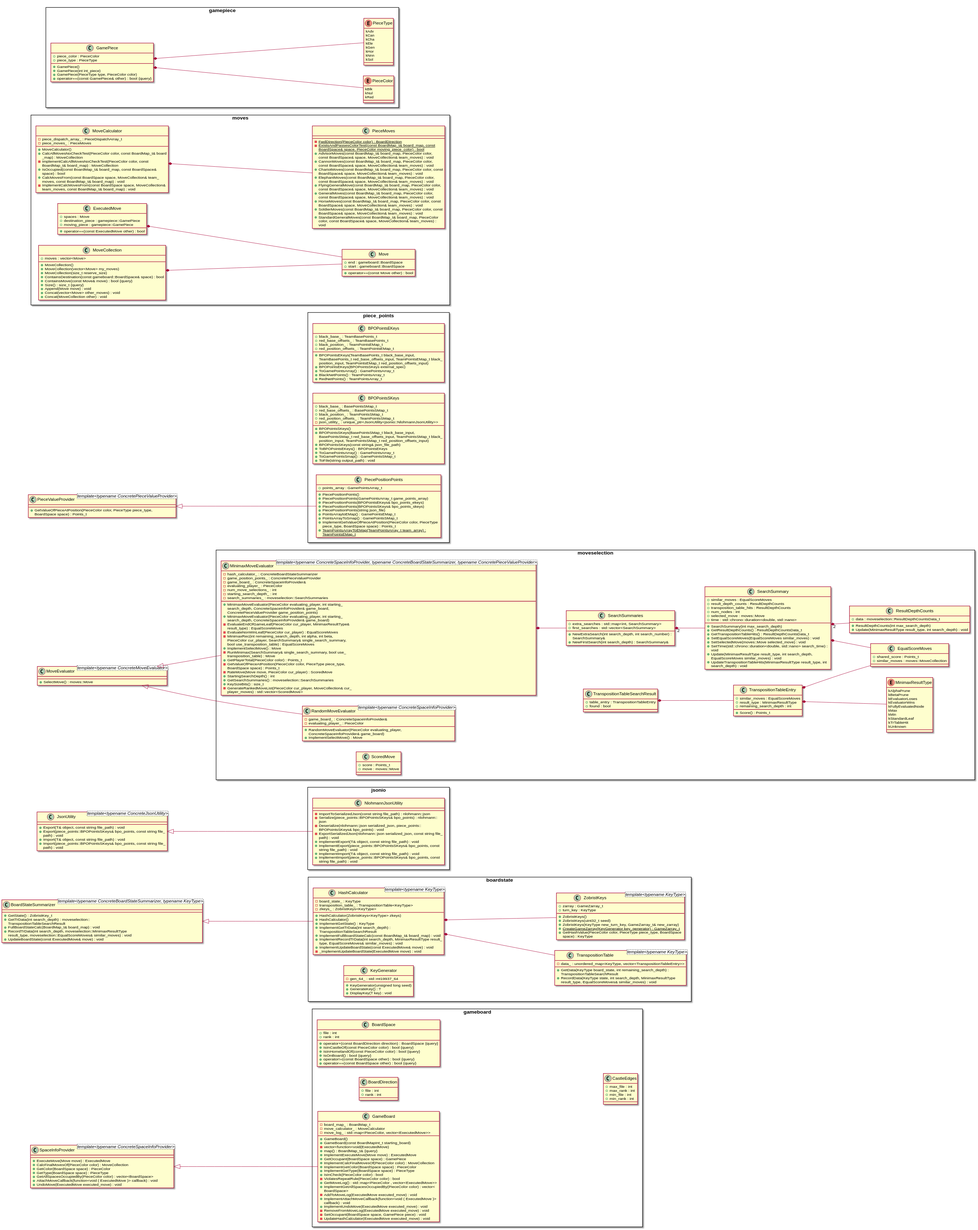
Before: docs/plantuml/xiangqigame_core.svg, a diagram exported from PlantUML (duanegoodner/xiangqigame). Source of this version:
```plantuml
@startuml
skinparam dpi 300
skinparam packageStyle rect
skinparam wrapWidth 400
left to right direction
scale 0.75




class BoardStateSummarizer <template<typename ConcreteBoardStateSummarizer, typename KeyType>> {
	+GetState() : ZobristKey_t
	+GetTrData(int search_depth) : moveselection::TranspositionTableSearchResult
	+FullBoardStateCalc(BoardMap_t& board_map) : void
	+RecordTrData(int search_depth, moveselection::MinimaxResultType result_type, moveselection::EqualScoreMoves& similar_moves) : void
	+UpdateBoardState(const ExecutedMove& move) : void
}


class JsonUtility <template<typename ConcreteJsonUtility>> {
	+Export(T& object, const string file_path) : void
	+Export(piece_points::BPOPointsSKeys& bpo_points, const string file_path) : void
	+Import(T& object, const string file_path) : void
	+Import(piece_points::BPOPointsSKeys& bpo_points, const string file_path) : void
}


class MoveEvaluator <template<typename ConcreteMoveEvaluator>> {
	+SelectMove() : moves::Move
}


class PieceValueProvider <template<typename ConcretePieceValueProvider>> {
	+GetValueOfPieceAtPosition(PieceColor color, PieceType piece_type, BoardSpace space) : Points_t
}


class SpaceInfoProvider <template<typename ConcreteSpaceInfoProvider>> {
	+ExecuteMove(Move move) : ExecutedMove
	+CalcFinalMovesOf(PieceColor color) : MoveCollection
	+GetColor(BoardSpace space) : PieceColor
	+GetType(BoardSpace space) : PieceType
	+GetAllSpacesOccupiedBy(PieceColor color) : vector<BoardSpace>
	+AttachMoveCallback(function<void ( ExecutedMove )> callback) : void
	+UndoMove(ExecutedMove executed_move) : void
}


namespace piece_points {
	class BPOPointsEKeys {
		+BPOPointsEKeys(TeamBasePoints_t black_base_input, TeamBasePoints_t red_base_offsets_input, TeamPointsEMap_t black_position_input, TeamPointsEMap_t red_position_offsets_input)
		+BPOPointsEKeys(BPOPointsSKeys external_spec)
		+ToGamePointsArray() : GamePointsArray_t
		+black_base_ : TeamBasePoints_t
		+red_base_offsets_ : TeamBasePoints_t
		+BlackNetPoints() : TeamPointsArray_t
		+RedNetPoints() : TeamPointsArray_t
		+black_position_ : TeamPointsEMap_t
		+red_position_offsets_ : TeamPointsEMap_t
	}

	class BPOPointsSKeys {
		+BPOPointsSKeys()
		+BPOPointsSKeys(BasePointsSMap_t black_base_input, BasePointsSMap_t red_base_offsets_input, TeamPointsSMap_t black_position_input, TeamPointsSMap_t red_position_offsets_input)
		+BPOPointsSKeys(const string& json_file_path)
		+ToBPOPointsEKeys() : BPOPointsEKeys
		+black_base_ : BasePointsSMap_t
		+red_base_offsets_ : BasePointsSMap_t
		+ToGamePointsArray() : GamePointsArray_t
		+ToGamePointsSmap() : GamePointsSMap_t
		+black_position_ : TeamPointsSMap_t
		+red_position_offsets_ : TeamPointsSMap_t
		-json_utility_ : unique_ptr<JsonUtility<jsonio::NlohmannJsonUtility>>
		+ToFile(string output_path) : void
	}

	class PiecePositionPoints {
		+PiecePositionPoints()
		+PiecePositionPoints(GamePointsArray_t game_points_array)
		+PiecePositionPoints(BPOPointsEKeys& bpo_points_ekeys)
		+PiecePositionPoints(BPOPointsSKeys& bpo_points_skeys)
		+PiecePositionPoints(string json_file)
		+points_array : GamePointsArray_t
		+PointsArraytoEMap() : GamePointsEMap_t
		+PointsArrayToSmap() : GamePointsSMap_t
		+ImplementGetValueOfPieceAtPosition(PieceColor color, PieceType piece_type, BoardSpace space) : Points_t
		+{static} TeamPointsArrayToEMap(TeamPointsArray_t team_array) : TeamPointsEMap_t
	}
}


namespace moveselection {
	class MinimaxMoveEvaluator <template<typename ConcreteSpaceInfoProvider, typename ConcreteBoardStateSummarizer, typename ConcretePieceValueProvider>> {
		+MinimaxMoveEvaluator(PieceColor evaluating_player, int starting_search_depth, ConcreteSpaceInfoProvider& game_board, ConcretePieceValueProvider game_position_points)
		+MinimaxMoveEvaluator(PieceColor evaluating_player, int starting_search_depth, ConcreteSpaceInfoProvider& game_board)
		-hash_calculator_ : ConcreteBoardStateSummarizer
		-game_position_points_ : ConcretePieceValueProvider
		-game_board_ : ConcreteSpaceInfoProvider&
		-EvaluateEndOfGameLeaf(PieceColor cur_player, MinimaxResultType& result_type) : EqualScoreMoves
		-EvaluateNonWinLeaf(PieceColor cur_player) : EqualScoreMoves
		-MinimaxRec(int remaining_search_depth, int alpha, int beta, PieceColor cur_player, SearchSummary& single_search_summary, bool use_transposition_table) : EqualScoreMoves
		+ImplementSelectMove() : Move
		-RunMinimax(SearchSummary& single_search_summary, bool use_transposition_table) : Move
		-evaluating_player_ : PieceColor
		+GetPlayerTotal(PieceColor color) : Points_t
		-GetValueOfPieceAtPosition(PieceColor color, PieceType piece_type, BoardSpace space) : Points_t
		-RateMove(Move move, PieceColor cur_player) : ScoredMove
		+StartingSearchDepth() : int
		-num_move_selections_ : int
		-starting_search_depth_ : int
		+GetSearchSummaries() : moveselection::SearchSummaries
		-search_summaries_ : moveselection::SearchSummaries
		+KeySizeBits() : size_t
		-GenerateRankedMoveList(PieceColor cur_player, MoveCollection& cur_player_moves) : std::vector<ScoredMove>
	}

	class RandomMoveEvaluator <template<typename ConcreteSpaceInfoProvider>> {
		+RandomMoveEvaluator(PieceColor evaluating_player, ConcreteSpaceInfoProvider& game_board)
		-game_board_ : ConcreteSpaceInfoProvider&
		+ImplementSelectMove() : Move
		-evaluating_player_ : PieceColor
	}

	enum MinimaxResultType {
		kAlphaPrune
		kBetaPrune
		kEvaluatorLoses
		kEvaluatorWins
		kFullyEvaluatedNode
		kMax
		kMin
		kStandardLeaf
		kTrTableHit
		kUnknown
	}

	class EqualScoreMoves {
		+shared_score : Points_t
		+similar_moves : moves::MoveCollection
	}

	class ResultDepthCounts {
		+ResultDepthCounts(int max_search_depth)
		+data : moveselection::ResultDepthCountsData_t
		+Update(MinimaxResultType result_type, int search_depth) : void
	}

	class ScoredMove {
		+score : Points_t
		+move : moves::Move
	}

	class SearchSummaries {
		+NewExtraSearch(int search_depth, int search_number) : SearchSummary&
		+NewFirstSearch(int search_depth) : SearchSummary&
		+extra_searches : std::map<int, SearchSummary>
		+first_searches : std::vector<SearchSummary>
	}

	class SearchSummary {
		+SearchSummary(int max_search_depth)
		+similar_moves : EqualScoreMoves
		+result_depth_counts : ResultDepthCounts
		+transposition_table_hits : ResultDepthCounts
		+GetResultDepthCounts() : ResultDepthCountsData_t
		+GetTranspositionTableHits() : ResultDepthCountsData_t
		+num_nodes : int
		+selected_move : moves::Move
		+time : std::chrono::duration<double, std::nano>
		+SetEqualScoreMoves(EqualScoreMoves similar_moves) : void
		+SetSelectedMove(moves::Move selected_move) : void
		+SetTime(std::chrono::duration<double, std::nano> search_time) : void
		+Update(MinimaxResultType result_type, int search_depth, EqualScoreMoves similar_moves) : void
		+UpdateTranspositionTableHits(MinimaxResultType result_type, int search_depth) : void
	}

	class TranspositionTableEntry {
		+similar_moves : EqualScoreMoves
		+result_type : MinimaxResultType
		+Score() : Points_t
		+remaining_search_depth : int
	}

	class TranspositionTableSearchResult {
		+table_entry : TranspositionTableEntry
		+found : bool
	}
}


namespace moves {
	class MoveCalculator {
		+MoveCalculator()
		+CalcAllMovesNoCheckTest(PieceColor color, const BoardMap_t& board_map) : MoveCollection
		-ImplementCalcAllMovesNoCheckTest(PieceColor color, const BoardMap_t& board_map) : MoveCollection
		-piece_dispatch_array_ : PieceDispatchArray_t
		-piece_moves_ : PieceMoves
		+IsOccupied(const BoardMap_t& board_map, const BoardSpace& space) : bool
		+CalcMovesFrom(const BoardSpace space, MoveCollection& team_moves, const BoardMap_t& board_map) : void
		-ImplementCalcMovesFrom(const BoardSpace space, MoveCollection& team_moves, const BoardMap_t& board_map) : void
	}

	class PieceMoves {
		-{static} FwdDirection(PieceColor color) : BoardDirection
		-{static} ExistsAndPassesColorTest(const BoardMap_t& board_map, const BoardSpace& space, PieceColor moving_piece_color) : bool
		+AdvisorMoves(const BoardMap_t& board_map, PieceColor color, const BoardSpace& space, MoveCollection& team_moves) : void
		+CannonMoves(const BoardMap_t& board_map, PieceColor color, const BoardSpace& space, MoveCollection& team_moves) : void
		+ChariotMoves(const BoardMap_t& board_map, PieceColor color, const BoardSpace& space, MoveCollection& team_moves) : void
		+ElephantMoves(const BoardMap_t& board_map, PieceColor color, const BoardSpace& space, MoveCollection& team_moves) : void
		+FlyingGeneralMove(const BoardMap_t& board_map, PieceColor color, const BoardSpace& space, MoveCollection& team_moves) : void
		+GeneralMoves(const BoardMap_t& board_map, PieceColor color, const BoardSpace& space, MoveCollection& team_moves) : void
		+HorseMoves(const BoardMap_t& board_map, PieceColor color, const BoardSpace& space, MoveCollection& team_moves) : void
		+SoldierMoves(const BoardMap_t& board_map, PieceColor color, const BoardSpace& space, MoveCollection& team_moves) : void
		+StandardGeneralMoves(const BoardMap_t& board_map, PieceColor color, const BoardSpace& space, MoveCollection& team_moves) : void
	}

	class ExecutedMove {
		+spaces : Move
		+operator==(const ExecutedMove other) : bool
		+destination_piece : gamepiece::GamePiece
		+moving_piece : gamepiece::GamePiece
	}

	class Move {
		+operator==(const Move other) : bool
		+end : gameboard::BoardSpace
		+start : gameboard::BoardSpace
	}

	class MoveCollection {
		+MoveCollection()
		+MoveCollection(vector<Move> my_moves)
		+MoveCollection(size_t reserve_size)
		+ContainsDestination(const gameboard::BoardSpace& space) : bool
		+ContainsMove(const Move& move) : bool {query}
		+Size() : size_t {query}
		+moves : vector<Move>
		+Append(Move move) : void
		+Concat(vector<Move> other_moves) : void
		+Concat(MoveCollection other) : void
	}
}


namespace jsonio {
	class NlohmannJsonUtility {
		-ImportToSerializedJson(const string file_path) : nlohmann::json
		-Serialize(piece_points::BPOPointsSKeys& bpo_points) : nlohmann::json
		-Deserialize(nlohmann::json serialized_json, piece_points::BPOPointsSKeys& bpo_points) : void
		-ExportSerializedJson(nlohmann::json serialized_json, const string file_path) : void
		+ImplementExport(T& object, const string file_path) : void
		+ImplementExport(piece_points::BPOPointsSKeys& bpo_points, const string file_path) : void
		+ImplementImport(T& object, const string file_path) : void
		+ImplementImport(piece_points::BPOPointsSKeys& bpo_points, const string file_path) : void
	}
}


namespace gamepiece {
	enum PieceColor {
		kBlk
		kNul
		kRed
	}

	enum PieceType {
		kAdv
		kCan
		kCha
		kEle
		kGen
		kHor
		kNnn
		kSol
	}

	class GamePiece {
		+GamePiece()
		+GamePiece(int int_piece)
		+GamePiece(PieceType type, PieceColor color)
		+piece_color : PieceColor
		+piece_type : PieceType
		+operator==(const GamePiece& other) : bool {query}
	}
}


namespace gameboard {
	class GameBoard {
		+GameBoard()
		+GameBoard(const BoardMapInt_t starting_board)
		-vector<function<void(ExecutedMove)
		-board_map_ : BoardMap_t
		+map() : BoardMap_t& {query}
		+ImplementExecuteMove(Move move) : ExecutedMove
		+GetOccupant(BoardSpace space) : GamePiece
		-move_calculator_ : MoveCalculator
		+ImplementCalcFinalMovesOf(PieceColor color) : MoveCollection
		+ImplementGetColor(BoardSpace space) : PieceColor
		+ImplementGetType(BoardSpace space) : PieceType
		+IsInCheck(PieceColor color) : bool
		-ViolatesRepeatRule(PieceColor color) : bool
		+GetMoveLog() : std::map<PieceColor , vector<ExecutedMove>>
		-move_log_ : std::map<PieceColor, vector<ExecutedMove>>
		+ImplementGetAllSpacesOccupiedBy(PieceColor color) : vector<BoardSpace>
		-AddToMoveLog(ExecutedMove executed_move) : void
		+ImplementAttachMoveCallback(function<void ( ExecutedMove )> callback) : void
		+ImplementUndoMove(ExecutedMove executed_move) : void
		-RemoveFromMoveLog(ExecutedMove executed_move) : void
		-SetOccupant(BoardSpace space, GamePiece piece) : void
		-UpdateHashCalculator(ExecutedMove executed_move) : void
	}

	class BoardDirection {
		+file : int
		+rank : int
	}

	class BoardSpace {
		+operator+(const BoardDirection direction) : BoardSpace {query}
		+IsInCastleOf(const PieceColor color) : bool {query}
		+IsInHomelandOf(const PieceColor color) : bool {query}
		+IsOnBoard() : bool {query}
		+operator!=(const BoardSpace other) : bool {query}
		+operator==(const BoardSpace other) : bool {query}
		+file : int
		+rank : int
	}

	class CastleEdges {
		+max_file : int
		+max_rank : int
		+min_file : int
		+min_rank : int
	}
}


namespace boardstate {
	class HashCalculator <template<typename KeyType>> {
		+HashCalculator(ZobristKeys<KeyType> zkeys)
		+HashCalculator()
		+ImplementGetState() : KeyType
		-board_state_ : KeyType
		-transposition_table_ : TranspositionTable<KeyType>
		+ImplementGetTrData(int search_depth) : TranspositionTableSearchResult
		-zkeys_ : ZobristKeys<KeyType>
		+ImplementFullBoardStateCalc(const BoardMap_t& board_map) : void
		+ImplementRecordTrData(int search_depth, MinimaxResultType result_type, EqualScoreMoves& similar_moves) : void
		+ImplementUpdateBoardState(const ExecutedMove& move) : void
		-_ImplementUpdateBoardState(ExecutedMove move) : void
	}

	class KeyGenerator {
		+KeyGenerator(unsigned long seed)
		+GenerateKey() : T
		-gen_64_ : std::mt19937_64
		+DisplayKey(T key) : void
	}

	class TranspositionTable <template<typename KeyType>> {
		+GetData(KeyType board_state, int remaining_search_depth) : TranspositionTableSearchResult
		-data_ : unordered_map<KeyType, vector<TranspositionTableEntry>>
		+RecordData(KeyType state, int search_depth, MinimaxResultType result_type, EqualScoreMoves& similar_moves) : void
	}

	class ZobristKeys <template<typename KeyType>> {
		+ZobristKeys()
		+ZobristKeys(uint32_t seed)
		+ZobristKeys(KeyType new_turn_key, GameZarray_t& new_zarray)
		+{static} CreateGameZarray(KeyGenerator key_generator) : GameZarray_t
		+zarray : GameZarray_t
		+GetHashValue(PieceColor color, PieceType piece_type, BoardSpace space) : KeyType
		+turn_key : KeyType
	}
}






BoardStateSummarizer <|-- boardstate.HashCalculator


JsonUtility <|-- jsonio.NlohmannJsonUtility


MoveEvaluator <|-- moveselection.MinimaxMoveEvaluator


MoveEvaluator <|-- moveselection.RandomMoveEvaluator


PieceValueProvider <|-- piece_points.PiecePositionPoints


SpaceInfoProvider <|-- gameboard.GameBoard






moves.ExecutedMove *-- moves.Move


gamepiece.GamePiece *-- gamepiece.PieceColor


gamepiece.GamePiece *-- gamepiece.PieceType


boardstate.HashCalculator *-- boardstate.TranspositionTable


boardstate.HashCalculator *-- boardstate.ZobristKeys


moveselection.MinimaxMoveEvaluator *-- moveselection.SearchSummaries


moves.MoveCalculator *-- moves.PieceMoves


moves.MoveCollection *-- moves.Move


moveselection.SearchSummaries "2" *-- moveselection.SearchSummary


moveselection.SearchSummary *-- moveselection.EqualScoreMoves


moveselection.SearchSummary "2" *-- moveselection.ResultDepthCounts


moveselection.TranspositionTableEntry *-- moveselection.EqualScoreMoves


moveselection.TranspositionTableEntry *-- moveselection.MinimaxResultType


moveselection.TranspositionTableSearchResult *-- moveselection.TranspositionTableEntry









@enduml
```
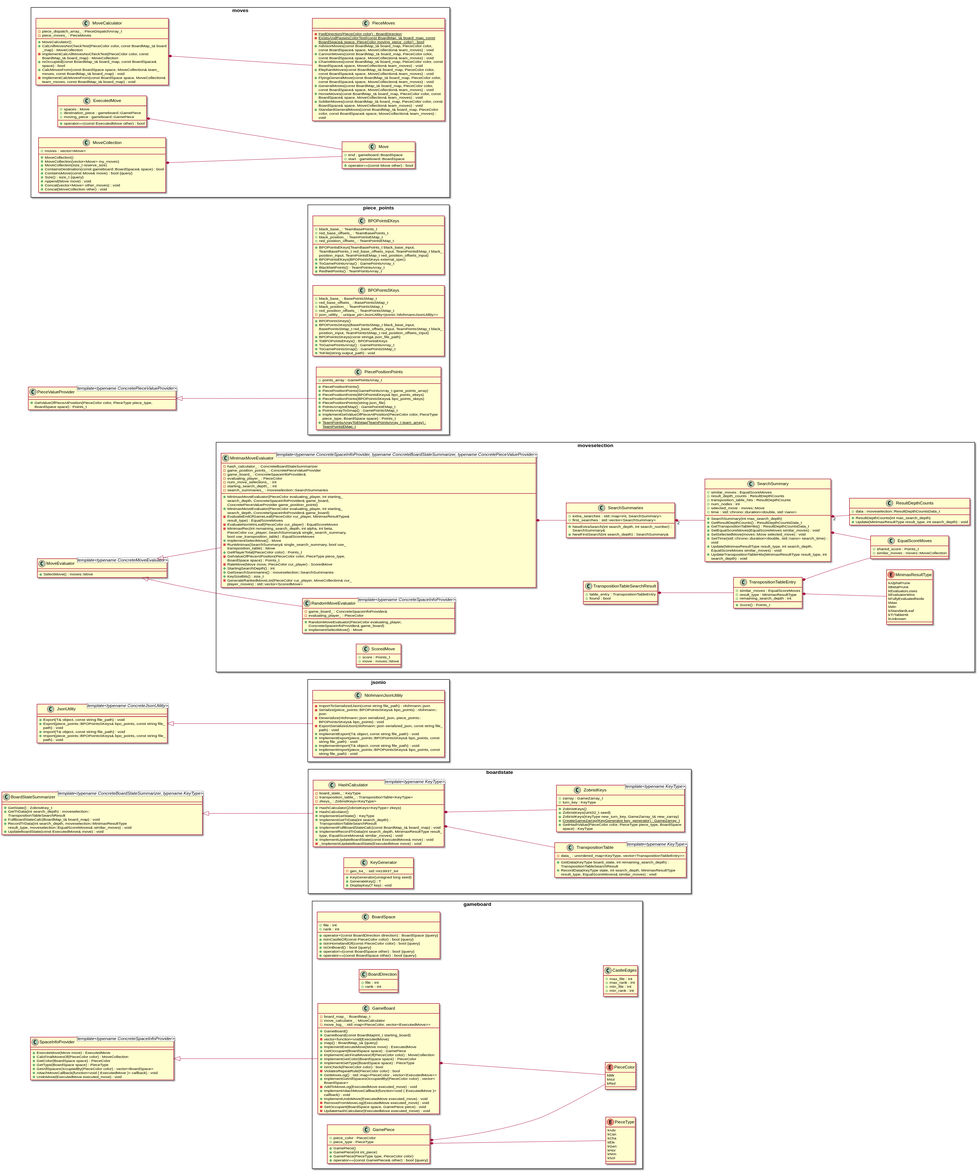
After the change.

Commit message:
move GamePiece from its own namespace into gameboard namespace

The edit, as a diff of the source:
```diff
@@ -217,8 +217,8 @@
 	class ExecutedMove {
 		+spaces : Move
 		+operator==(const ExecutedMove other) : bool
-		+destination_piece : gamepiece::GamePiece
-		+moving_piece : gamepiece::GamePiece
+		+destination_piece : gameboard::GamePiece
+		+moving_piece : gameboard::GamePiece
 	}
 
 	class Move {
@@ -256,35 +256,6 @@
 }
 
 
-namespace gamepiece {
-	enum PieceColor {
-		kBlk
-		kNul
-		kRed
-	}
-
-	enum PieceType {
-		kAdv
-		kCan
-		kCha
-		kEle
-		kGen
-		kHor
-		kNnn
-		kSol
-	}
-
-	class GamePiece {
-		+GamePiece()
-		+GamePiece(int int_piece)
-		+GamePiece(PieceType type, PieceColor color)
-		+piece_color : PieceColor
-		+piece_type : PieceType
-		+operator==(const GamePiece& other) : bool {query}
-	}
-}
-
-
 namespace gameboard {
 	class GameBoard {
 		+GameBoard()
@@ -311,6 +282,23 @@
 		-UpdateHashCalculator(ExecutedMove executed_move) : void
 	}
 
+	enum PieceColor {
+		kBlk
+		kNul
+		kRed
+	}
+
+	enum PieceType {
+		kAdv
+		kCan
+		kCha
+		kEle
+		kGen
+		kHor
+		kNnn
+		kSol
+	}
+
 	class BoardDirection {
 		+file : int
 		+rank : int
@@ -332,6 +320,15 @@
 		+max_rank : int
 		+min_file : int
 		+min_rank : int
+	}
+
+	class GamePiece {
+		+GamePiece()
+		+GamePiece(int int_piece)
+		+GamePiece(PieceType type, PieceColor color)
+		+piece_color : PieceColor
+		+piece_type : PieceType
+		+operator==(const GamePiece& other) : bool {query}
 	}
 }
 
@@ -405,10 +402,13 @@
 moves.ExecutedMove *-- moves.Move
 
 
-gamepiece.GamePiece *-- gamepiece.PieceColor
+gameboard.GameBoard *-- gameboard.PieceColor
 
 
-gamepiece.GamePiece *-- gamepiece.PieceType
+gameboard.GamePiece *-- gameboard.PieceColor
+
+
+gameboard.GamePiece *-- gameboard.PieceType
 
 
 boardstate.HashCalculator *-- boardstate.TranspositionTable
```
